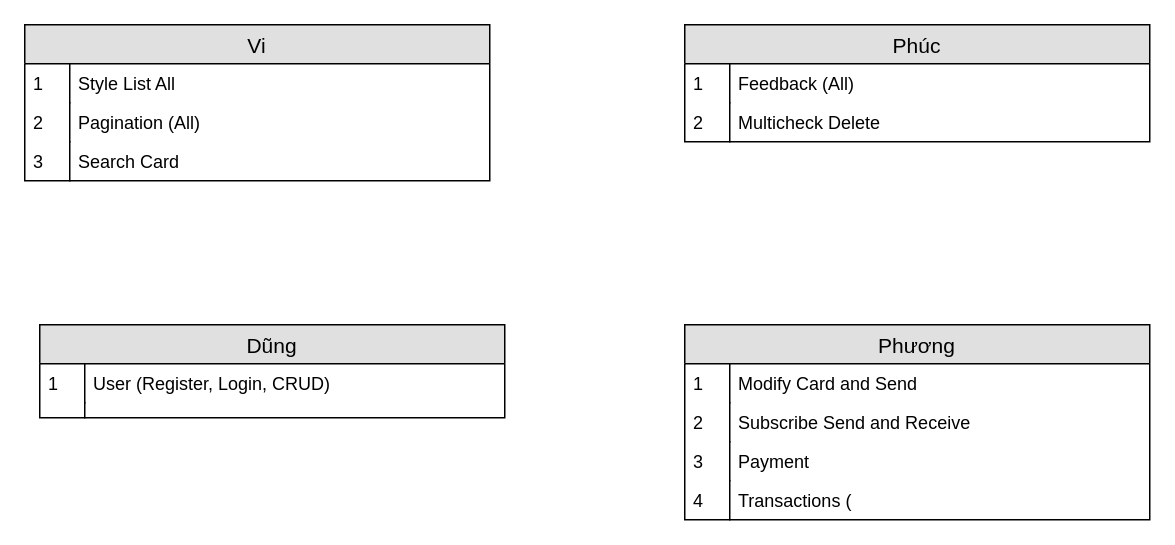
duyphuong403/E-Greeting keeps this draw.io diagram as page "Task Sheet" (9 of 9) of e-Greeting.drawio. Above is the earlier version. Source tidied: cells renumbered, new cells numbered last; positions are measured from the earlier drawing's top-left corner, leaving out a move shared by most shapes. Both pictures are drawn from the tidied source at 150%, with x=0, y=0 at pixel (24, 24).
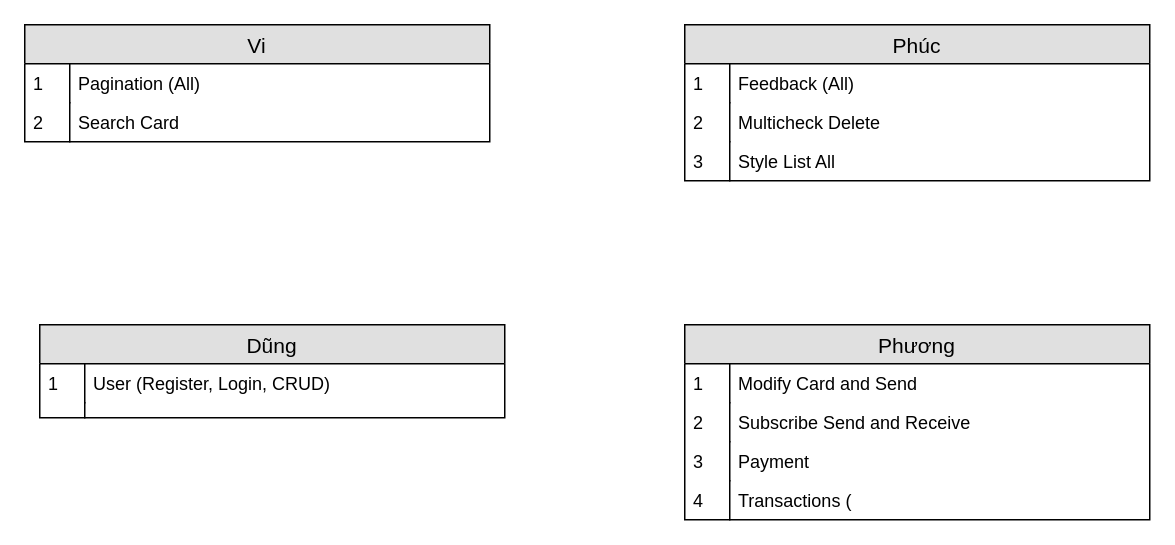
The same diagram, later.

The edit, as a diff of the source:
```diff
@@
     <mxCell id="2" value="Vi" style="swimlane;fontStyle=0;horizontal=1;startSize=26;fillColor=#e0e0e0;swimlaneFillColor=#ffffff;align=center;fontSize=14;" parent="1" vertex="1">
-      <mxGeometry width="310" height="104" as="geometry" />
+      <mxGeometry width="310" height="78" as="geometry" />
     </mxCell>
-    <mxCell id="3" value="Style List All " style="shape=partialRectangle;top=0;left=0;right=0;bottom=0;align=left;verticalAlign=top;fillColor=none;spacingLeft=34;spacingRight=4;overflow=hidden;fontSize=12;" parent="2" vertex="1">
-      <mxGeometry y="26" width="310" height="26" as="geometry" />
-    </mxCell>
-    <mxCell id="4" value="1" style="shape=partialRectangle;top=0;left=0;bottom=0;fillColor=none;align=left;verticalAlign=top;spacingLeft=4;spacingRight=4;overflow=hidden;fontSize=12;" parent="3" vertex="1">
-      <mxGeometry width="30" height="26" as="geometry" />
-    </mxCell>
     <mxCell id="5" value="Pagination (All)" style="shape=partialRectangle;top=0;left=0;right=0;bottom=0;align=left;verticalAlign=top;fillColor=none;spacingLeft=34;spacingRight=4;overflow=hidden;fontSize=12;" parent="2" vertex="1">
-      <mxGeometry y="52" width="310" height="26" as="geometry" />
+      <mxGeometry y="26" width="310" height="26" as="geometry" />
     </mxCell>
-    <mxCell id="6" value="2" style="shape=partialRectangle;top=0;left=0;bottom=0;fillColor=none;align=left;verticalAlign=top;spacingLeft=4;spacingRight=4;overflow=hidden;fontSize=12;" parent="5" vertex="1">
+    <mxCell id="6" value="1" style="shape=partialRectangle;top=0;left=0;bottom=0;fillColor=none;align=left;verticalAlign=top;spacingLeft=4;spacingRight=4;overflow=hidden;fontSize=12;" parent="5" vertex="1">
       <mxGeometry width="30" height="26" as="geometry" />
     </mxCell>
     <mxCell id="7" value="Search Card" style="shape=partialRectangle;top=0;left=0;right=0;bottom=0;align=left;verticalAlign=top;fillColor=none;spacingLeft=34;spacingRight=4;overflow=hidden;fontSize=12;" parent="2" vertex="1">
-      <mxGeometry y="78" width="310" height="26" as="geometry" />
+      <mxGeometry y="52" width="310" height="26" as="geometry" />
     </mxCell>
-    <mxCell id="8" value="3" style="shape=partialRectangle;top=0;left=0;bottom=0;fillColor=none;align=left;verticalAlign=top;spacingLeft=4;spacingRight=4;overflow=hidden;fontSize=12;" parent="7" vertex="1">
+    <mxCell id="8" value="2" style="shape=partialRectangle;top=0;left=0;bottom=0;fillColor=none;align=left;verticalAlign=top;spacingLeft=4;spacingRight=4;overflow=hidden;fontSize=12;" parent="7" vertex="1">
       <mxGeometry width="30" height="26" as="geometry" />
     </mxCell>
     <mxCell id="9" value="Phúc" style="swimlane;fontStyle=0;horizontal=1;startSize=26;fillColor=#e0e0e0;swimlaneFillColor=#ffffff;align=center;fontSize=14;" parent="1" vertex="1">
-      <mxGeometry x="440" width="310" height="78" as="geometry" />
+      <mxGeometry x="440" width="310" height="104" as="geometry" />
     </mxCell>
@@
+    <mxCell id="3" value="Style List All " style="shape=partialRectangle;top=0;left=0;right=0;bottom=0;align=left;verticalAlign=top;fillColor=none;spacingLeft=34;spacingRight=4;overflow=hidden;fontSize=12;" parent="9" vertex="1">
+      <mxGeometry y="78" width="310" height="26" as="geometry" />
+    </mxCell>
+    <mxCell id="4" value="3" style="shape=partialRectangle;top=0;left=0;bottom=0;fillColor=none;align=left;verticalAlign=top;spacingLeft=4;spacingRight=4;overflow=hidden;fontSize=12;" parent="3" vertex="1">
+      <mxGeometry width="30" height="26" as="geometry" />
+    </mxCell>
```
